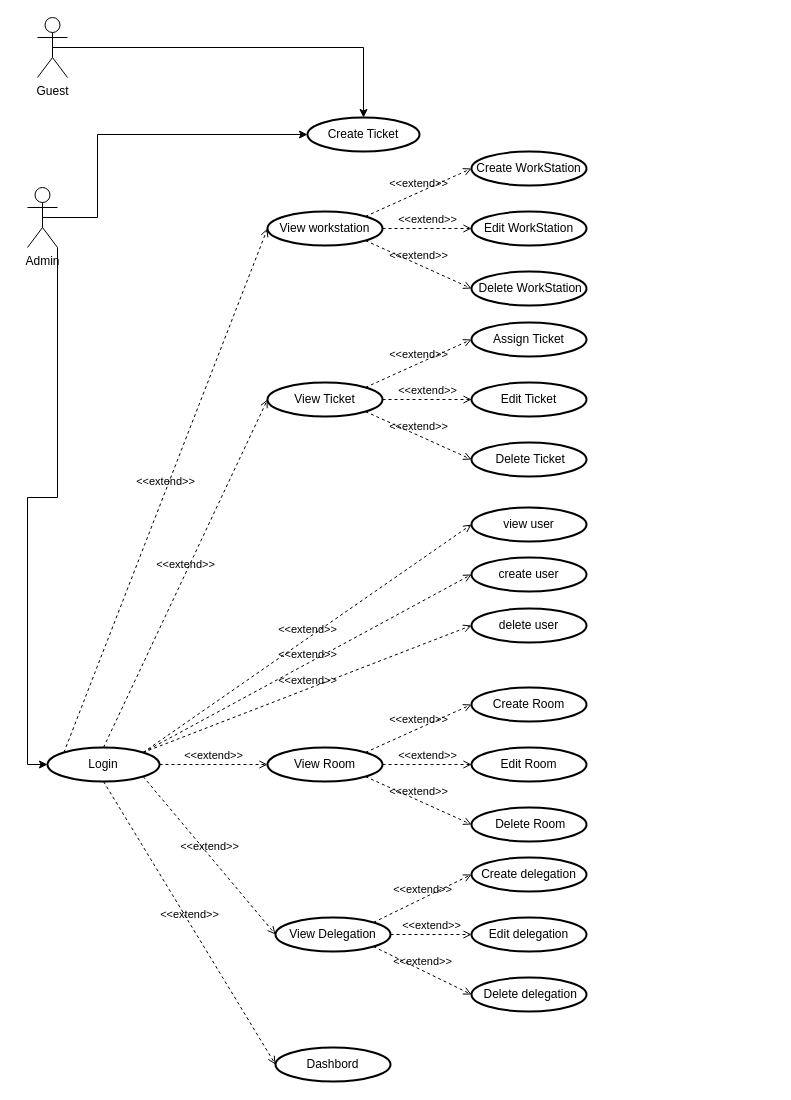
Before: Diagrama sem nome.drawio in G-Man27/portfolio-CESAE, a draw.io diagram. Source tidied: cells renumbered, new cells numbered last; positions are measured from the earlier drawing's top-left corner, leaving out a move shared by most shapes. Both pictures are drawn from the tidied source at 100%, with x=0, y=0 at pixel (27, 17).
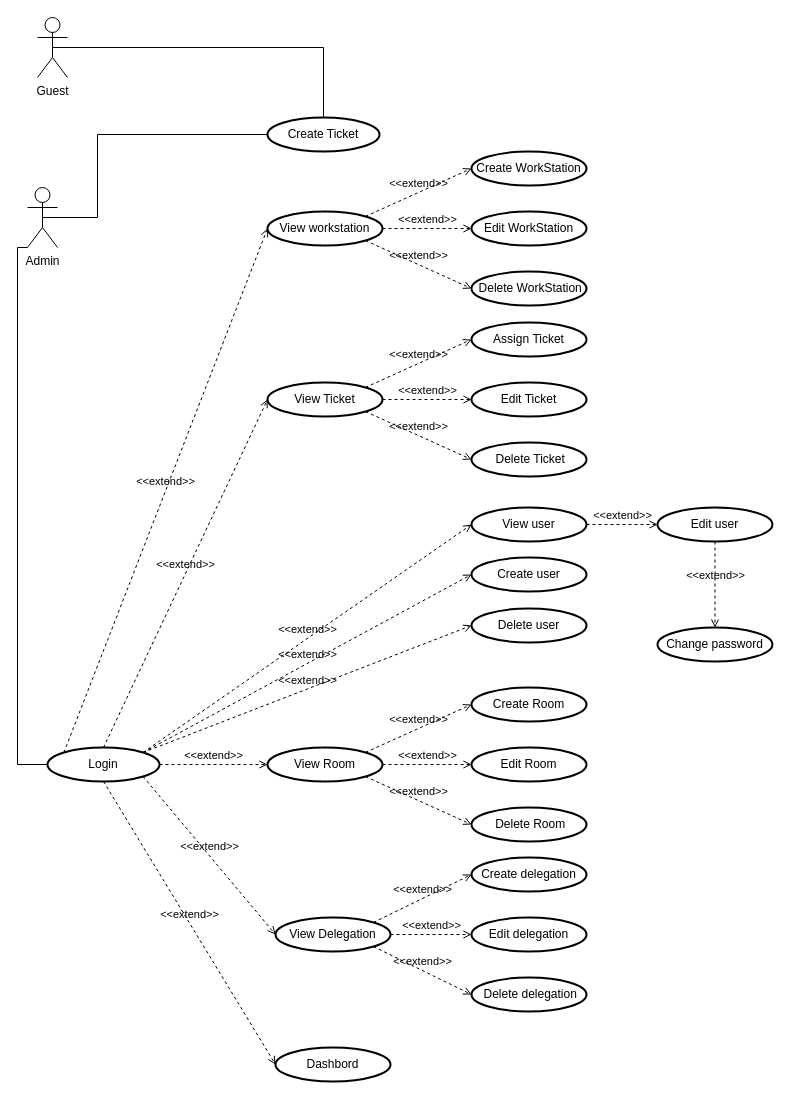
The same diagram, later.

Unchanged cells that the change refers to:
```xml
<mxCell id="4" value="Guest" style="shape=umlActor;verticalLabelPosition=bottom;verticalAlign=top;html=1;" parent="1" vertex="1">
  <mxGeometry x="10" width="30" height="60" as="geometry" />
</mxCell>
<mxCell id="8" value="Admin" style="shape=umlActor;verticalLabelPosition=bottom;verticalAlign=top;html=1;" parent="1" vertex="1">
  <mxGeometry y="170" width="30" height="60" as="geometry" />
</mxCell>
<mxCell id="9" value="Login" style="whiteSpace=wrap;strokeWidth=2;shape=ellipse;perimeter=ellipsePerimeter;html=1;" parent="1" vertex="1">
  <mxGeometry x="20" y="730" width="112" height="34" as="geometry" />
</mxCell>
```

What changed in the source:
```diff
@@
     <mxCell id="2" value="Create Ticket" style="whiteSpace=wrap;strokeWidth=2;shape=ellipse;perimeter=ellipsePerimeter;html=1;" parent="1" vertex="1">
-      <mxGeometry x="280" y="100" width="112" height="34" as="geometry" />
+      <mxGeometry x="240" y="100" width="112" height="34" as="geometry" />
     </mxCell>
@@
-    <mxCell id="5" style="edgeStyle=orthogonalEdgeStyle;rounded=0;jettySize=auto;html=1;exitX=0.5;exitY=0.5;exitDx=0;exitDy=0;exitPerimeter=0;entryX=0.5;entryY=0;entryDx=0;entryDy=0;" parent="1" edge="1" source="4" target="2">
+    <mxCell id="5" style="edgeStyle=orthogonalEdgeStyle;rounded=0;jettySize=auto;html=1;exitX=0.5;exitY=0.5;exitDx=0;exitDy=0;exitPerimeter=0;entryX=0.5;entryY=0;entryDx=0;entryDy=0;endArrow=none;endFill=0;" parent="1" edge="1" source="4" target="2">
       <mxGeometry relative="1" as="geometry" />
     </mxCell>
-    <mxCell id="6" style="edgeStyle=orthogonalEdgeStyle;rounded=0;jettySize=auto;html=1;exitX=0.5;exitY=0.5;exitDx=0;exitDy=0;exitPerimeter=0;entryX=0;entryY=0.5;entryDx=0;entryDy=0;" parent="1" edge="1" source="8" target="2">
+    <mxCell id="6" style="edgeStyle=orthogonalEdgeStyle;rounded=0;jettySize=auto;html=1;exitX=0.5;exitY=0.5;exitDx=0;exitDy=0;exitPerimeter=0;entryX=0;entryY=0.5;entryDx=0;entryDy=0;endArrow=none;endFill=0;" parent="1" edge="1" source="8" target="2">
       <mxGeometry relative="1" as="geometry">
         <Array as="points">
           <mxPoint x="70" y="200" />
           <mxPoint x="70" y="117" />
         </Array>
       </mxGeometry>
     </mxCell>
-    <mxCell id="7" style="edgeStyle=orthogonalEdgeStyle;rounded=0;jettySize=auto;html=1;exitX=1;exitY=1;exitDx=0;exitDy=0;exitPerimeter=0;entryX=0;entryY=0.5;entryDx=0;entryDy=0;" parent="1" edge="1" source="8" target="9">
-      <mxGeometry relative="1" as="geometry" />
+    <mxCell id="7" style="edgeStyle=orthogonalEdgeStyle;rounded=0;jettySize=auto;html=1;exitX=0;exitY=1;exitDx=0;exitDy=0;exitPerimeter=0;entryX=0;entryY=0.5;entryDx=0;entryDy=0;endArrow=none;endFill=0;" parent="1" edge="1" source="8" target="9">
+      <mxGeometry relative="1" as="geometry">
+        <Array as="points">
+          <mxPoint x="-10" y="230" />
+          <mxPoint x="-10" y="747" />
+        </Array>
+      </mxGeometry>
     </mxCell>
@@
-    <mxCell id="18" value="view user" style="rounded=1;absoluteArcSize=1;arcSize=14;whiteSpace=wrap;strokeWidth=2;shape=ellipse;perimeter=ellipsePerimeter;html=1;" parent="1" vertex="1">
+    <mxCell id="18" value="View user" style="rounded=1;absoluteArcSize=1;arcSize=14;whiteSpace=wrap;strokeWidth=2;shape=ellipse;perimeter=ellipsePerimeter;html=1;" parent="1" vertex="1">
       <mxGeometry x="444" y="490" width="115" height="34" as="geometry" />
     </mxCell>
@@
-    <mxCell id="46" value="create user" style="rounded=1;absoluteArcSize=1;arcSize=14;whiteSpace=wrap;strokeWidth=2;shape=ellipse;perimeter=ellipsePerimeter;html=1;" parent="1" vertex="1">
+    <mxCell id="46" value="Create user" style="rounded=1;absoluteArcSize=1;arcSize=14;whiteSpace=wrap;strokeWidth=2;shape=ellipse;perimeter=ellipsePerimeter;html=1;" parent="1" vertex="1">
       <mxGeometry x="444" y="540" width="115" height="34" as="geometry" />
     </mxCell>
@@
-    <mxCell id="48" value="delete user" style="rounded=1;absoluteArcSize=1;arcSize=14;whiteSpace=wrap;strokeWidth=2;shape=ellipse;perimeter=ellipsePerimeter;html=1;" parent="1" vertex="1">
+    <mxCell id="48" value="Delete user" style="rounded=1;absoluteArcSize=1;arcSize=14;whiteSpace=wrap;strokeWidth=2;shape=ellipse;perimeter=ellipsePerimeter;html=1;" parent="1" vertex="1">
       <mxGeometry x="444" y="591" width="115" height="34" as="geometry" />
     </mxCell>
+    <mxCell id="49" value="&amp;lt;&amp;lt;extend&amp;gt;&amp;gt;" style="html=1;verticalAlign=bottom;labelBackgroundColor=none;endArrow=open;endFill=0;dashed=1;rounded=0;exitX=1;exitY=0.5;exitDx=0;exitDy=0;" parent="1" edge="1" source="18" target="50">
+      <mxGeometry relative="1" as="geometry" />
+    </mxCell>
+    <mxCell id="50" value="Edit user" style="rounded=1;absoluteArcSize=1;arcSize=14;whiteSpace=wrap;strokeWidth=2;shape=ellipse;perimeter=ellipsePerimeter;html=1;" parent="1" vertex="1">
+      <mxGeometry x="630" y="490" width="115" height="34" as="geometry" />
+    </mxCell>
+    <mxCell id="51" value="Change password" style="rounded=1;absoluteArcSize=1;arcSize=14;whiteSpace=wrap;strokeWidth=2;shape=ellipse;perimeter=ellipsePerimeter;html=1;" parent="1" vertex="1">
+      <mxGeometry x="630" y="610" width="115" height="34" as="geometry" />
+    </mxCell>
+    <mxCell id="52" value="&amp;lt;&amp;lt;extend&amp;gt;&amp;gt;" style="html=1;verticalAlign=bottom;labelBackgroundColor=none;endArrow=open;endFill=0;dashed=1;rounded=0;exitX=0.5;exitY=1;exitDx=0;exitDy=0;entryX=0.5;entryY=0;entryDx=0;entryDy=0;" parent="1" edge="1" source="50" target="51">
+      <mxGeometry relative="1" as="geometry" />
+    </mxCell>
```
